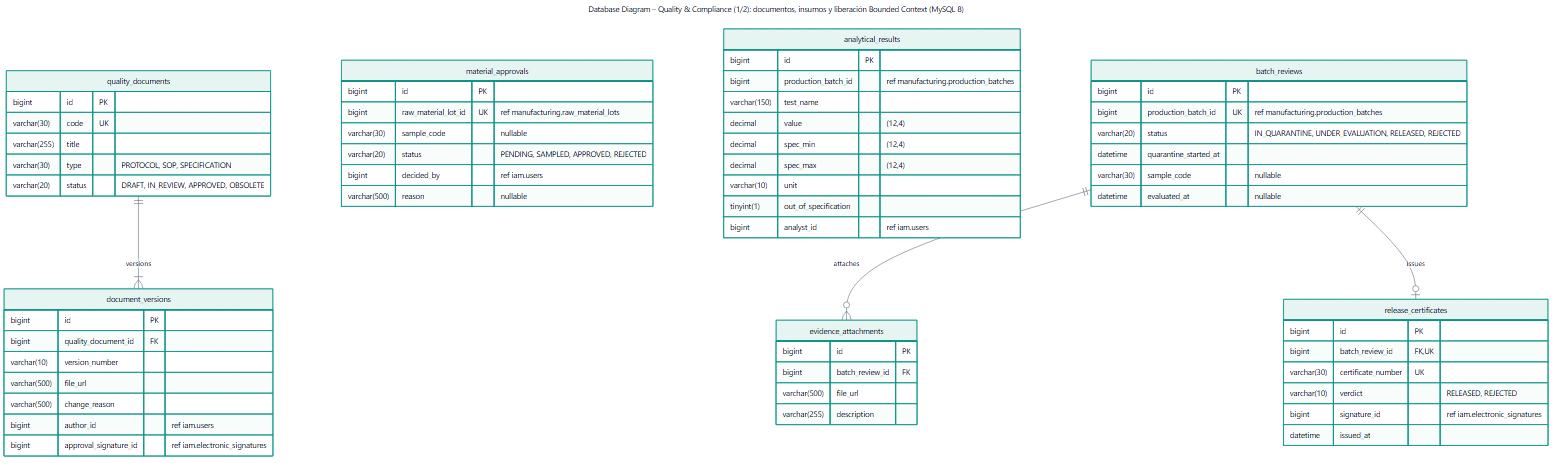
The Mermaid diagram assets/img/chapter4/database/db-06a-quality.png in danRO-20/SI, before a commit. Its source is kept beside it as assets/diagrams/mermaid/db-06a-quality.mmd.
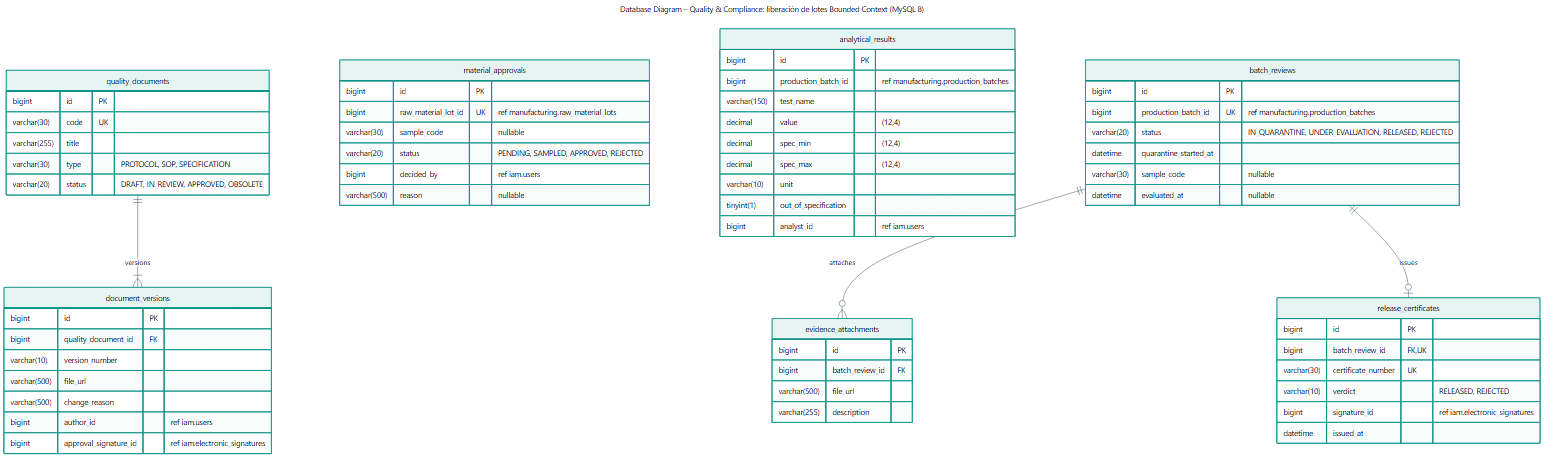
The same file after the commit.

Change to the diagram source:
```diff
@@ -1,5 +1,5 @@
 ---
-title: "Database Diagram – Quality & Compliance (1/2): documentos, insumos y liberación Bounded Context (MySQL 8)"
+title: "Database Diagram – Quality & Compliance: liberación de lotes Bounded Context (MySQL 8)"
 ---
 erDiagram
   quality_documents {
```
